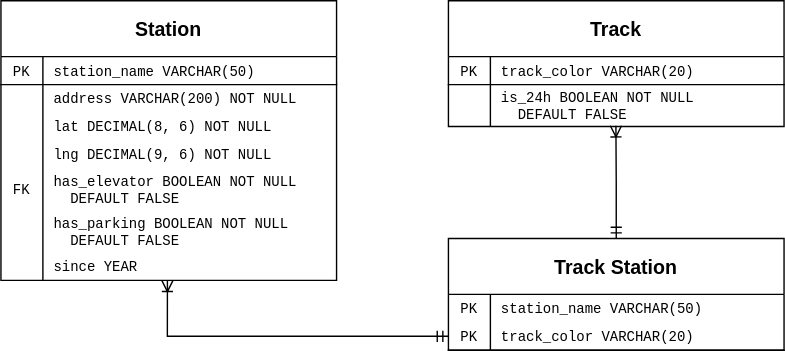
Earlier version of the draw.io export assignments/hw4/diagram1.svg (hanggrian/IIT-ITM515). Source tidied: cells renumbered, new cells last; positions are measured from the earlier drawing's top-left corner, leaving out a move shared by most shapes. The source it was exported from:
```xml
<mxGraphModel>
  <root>
    <mxCell id="0" />
    <mxCell id="1" parent="0" />
    <mxCell id="2" value="Station" style="shape=table;startSize=40;rowLines=0;fontStyle=1;align=center;fontSize=14;swimlaneFillColor=none;fontFamily=Helvetica;" parent="1" vertex="1">
      <mxGeometry width="240" height="200" as="geometry" />
    </mxCell>
    <mxCell id="3" style="shape=partialRectangle;fillColor=none;top=0;left=0;right=0;bottom=1;fontSize=10;fontFamily=Courier New;" parent="2" vertex="1">
      <mxGeometry y="40" width="240" height="20" as="geometry" />
    </mxCell>
    <mxCell id="4" value="PK" style="shape=partialRectangle;overflow=hidden;fillColor=none;top=0;left=0;bottom=0;right=0;fontStyle=0;fontSize=10;fontFamily=Courier New;" parent="3" vertex="1">
      <mxGeometry width="30" height="20" as="geometry" />
    </mxCell>
    <mxCell id="5" value="station_name VARCHAR(50)" style="shape=partialRectangle;overflow=hidden;fillColor=none;top=0;left=0;bottom=0;right=0;align=left;spacingLeft=6;fontStyle=0;fontSize=10;fontFamily=Courier New;" parent="3" vertex="1">
      <mxGeometry x="30" width="210" height="20" as="geometry" />
    </mxCell>
    <mxCell id="6" style="shape=partialRectangle;fillColor=none;top=0;left=0;right=0;bottom=0;fontSize=10;fontFamily=Courier New;" parent="2" vertex="1">
      <mxGeometry y="60" width="240" height="20" as="geometry" />
    </mxCell>
    <mxCell id="7" style="shape=partialRectangle;overflow=hidden;fillColor=none;top=0;left=0;bottom=0;right=0;fontSize=10;fontFamily=Courier New;" parent="6" vertex="1">
      <mxGeometry width="30" height="20" as="geometry" />
    </mxCell>
    <mxCell id="8" value="address VARCHAR(200) NOT NULL" style="shape=partialRectangle;overflow=hidden;fillColor=none;top=0;left=0;bottom=0;right=0;align=left;spacingLeft=6;fontSize=10;fontStyle=0;fontFamily=Courier New;" parent="6" vertex="1">
      <mxGeometry x="30" width="210" height="20" as="geometry" />
    </mxCell>
    <mxCell id="9" style="shape=tableRow;horizontal=0;startSize=0;swimlaneHead=0;swimlaneBody=0;fillColor=none;top=0;left=0;right=0;bottom=0;" parent="2" vertex="1">
      <mxGeometry y="80" width="240" height="20" as="geometry" />
    </mxCell>
    <mxCell id="10" style="shape=partialRectangle;fillColor=none;top=0;left=0;bottom=0;right=0;overflow=hidden;fontSize=10;fontFamily=Courier New;" parent="9" vertex="1">
      <mxGeometry width="30" height="20" as="geometry" />
    </mxCell>
    <mxCell id="11" value="lat DECIMAL(8, 6) NOT NULL" style="shape=partialRectangle;fillColor=none;top=0;left=0;bottom=0;right=0;align=left;spacingLeft=6;overflow=hidden;fontSize=10;fontFamily=Courier New;" parent="9" vertex="1">
      <mxGeometry x="30" width="210" height="20" as="geometry" />
    </mxCell>
    <mxCell id="12" style="shape=tableRow;horizontal=0;startSize=0;swimlaneHead=0;swimlaneBody=0;fillColor=none;top=0;left=0;right=0;bottom=0;" parent="2" vertex="1">
      <mxGeometry y="100" width="240" height="20" as="geometry" />
    </mxCell>
    <mxCell id="13" style="shape=partialRectangle;fillColor=none;top=0;left=0;bottom=0;right=0;overflow=hidden;fontSize=10;fontFamily=Courier New;" parent="12" vertex="1">
      <mxGeometry width="30" height="20" as="geometry" />
    </mxCell>
    <mxCell id="14" value="lng DECIMAL(9, 6) NOT NULL" style="shape=partialRectangle;fillColor=none;top=0;left=0;bottom=0;right=0;align=left;spacingLeft=6;overflow=hidden;fontSize=10;fontFamily=Courier New;" parent="12" vertex="1">
      <mxGeometry x="30" width="210" height="20" as="geometry" />
    </mxCell>
    <mxCell id="15" style="shape=tableRow;horizontal=0;startSize=0;swimlaneHead=0;swimlaneBody=0;fillColor=none;top=0;left=0;right=0;bottom=0;" parent="2" vertex="1">
      <mxGeometry y="120" width="240" height="30" as="geometry" />
    </mxCell>
    <mxCell id="16" value="FK" style="shape=partialRectangle;fillColor=none;top=0;left=0;bottom=0;right=0;overflow=hidden;fontSize=10;fontFamily=Courier New;" parent="15" vertex="1">
      <mxGeometry width="30" height="30" as="geometry" />
    </mxCell>
    <mxCell id="17" value="has_elevator BOOLEAN NOT NULL&#10;  DEFAULT FALSE" style="shape=partialRectangle;fillColor=none;top=0;left=0;bottom=0;right=0;align=left;spacingLeft=6;overflow=hidden;fontSize=10;fontFamily=Courier New;" parent="15" vertex="1">
      <mxGeometry x="30" width="210" height="30" as="geometry" />
    </mxCell>
    <mxCell id="18" style="shape=tableRow;horizontal=0;startSize=0;swimlaneHead=0;swimlaneBody=0;fillColor=none;top=0;left=0;right=0;bottom=0;" parent="2" vertex="1">
      <mxGeometry y="150" width="240" height="30" as="geometry" />
    </mxCell>
    <mxCell id="19" style="shape=partialRectangle;fillColor=none;top=0;left=0;bottom=0;right=0;overflow=hidden;fontSize=10;fontFamily=Courier New;" parent="18" vertex="1">
      <mxGeometry width="30" height="30" as="geometry" />
    </mxCell>
    <mxCell id="20" value="has_parking BOOLEAN NOT NULL&#10;  DEFAULT FALSE" style="shape=partialRectangle;fillColor=none;top=0;left=0;bottom=0;right=0;align=left;spacingLeft=6;overflow=hidden;fontSize=10;fontFamily=Courier New;" parent="18" vertex="1">
      <mxGeometry x="30" width="210" height="30" as="geometry" />
    </mxCell>
    <mxCell id="21" style="shape=tableRow;horizontal=0;startSize=0;swimlaneHead=0;swimlaneBody=0;fillColor=none;points=[[0,0.5],[1,0.5]];portConstraint=eastwest;top=0;left=0;right=0;bottom=0;" parent="2" vertex="1">
      <mxGeometry y="180" width="240" height="20" as="geometry" />
    </mxCell>
    <mxCell id="22" style="shape=partialRectangle;fillColor=none;top=0;left=0;bottom=0;right=0;overflow=hidden;" parent="21" vertex="1">
      <mxGeometry width="30" height="20" as="geometry" />
    </mxCell>
    <mxCell id="23" value="since YEAR" style="shape=partialRectangle;fillColor=none;top=0;left=0;bottom=0;right=0;align=left;spacingLeft=6;overflow=hidden;fontSize=10;fontFamily=Courier New;" parent="21" vertex="1">
      <mxGeometry x="30" width="210" height="20" as="geometry" />
    </mxCell>
    <mxCell id="24" value="Track" style="shape=table;startSize=40;rowLines=0;fontStyle=1;align=center;fontSize=14;swimlaneFillColor=none;fontFamily=Helvetica;" parent="1" vertex="1">
      <mxGeometry x="320" width="240" height="90" as="geometry" />
    </mxCell>
    <mxCell id="25" style="shape=partialRectangle;fillColor=none;top=0;left=0;right=0;bottom=1;fontSize=10;fontFamily=Courier New;" parent="24" vertex="1">
      <mxGeometry y="40" width="240" height="20" as="geometry" />
    </mxCell>
    <mxCell id="26" value="PK" style="shape=partialRectangle;overflow=hidden;fillColor=none;top=0;left=0;bottom=0;right=0;fontStyle=0;fontSize=10;fontFamily=Courier New;" parent="25" vertex="1">
      <mxGeometry width="30" height="20" as="geometry" />
    </mxCell>
    <mxCell id="27" value="track_color VARCHAR(20)" style="shape=partialRectangle;overflow=hidden;fillColor=none;top=0;left=0;bottom=0;right=0;align=left;spacingLeft=6;fontStyle=0;fontSize=10;fontFamily=Courier New;" parent="25" vertex="1">
      <mxGeometry x="30" width="210" height="20" as="geometry" />
    </mxCell>
    <mxCell id="28" style="shape=partialRectangle;fillColor=none;points=[[0,0.5],[1,0.5]];portConstraint=eastwest;top=0;left=0;right=0;bottom=0;fontSize=10;fontFamily=Courier New;" parent="24" vertex="1">
      <mxGeometry y="60" width="240" height="30" as="geometry" />
    </mxCell>
    <mxCell id="29" style="shape=partialRectangle;overflow=hidden;fillColor=none;top=0;left=0;bottom=0;right=0;fontSize=10;fontFamily=Courier New;" parent="28" vertex="1">
      <mxGeometry width="30" height="30" as="geometry" />
    </mxCell>
    <mxCell id="30" value="is_24h BOOLEAN NOT NULL&#10;  DEFAULT FALSE" style="shape=partialRectangle;overflow=hidden;fillColor=none;top=0;left=0;bottom=0;right=0;align=left;spacingLeft=6;fontSize=10;fontStyle=0;fontFamily=Courier New;" parent="28" vertex="1">
      <mxGeometry x="30" width="210" height="30" as="geometry" />
    </mxCell>
    <mxCell id="31" value="Track Station" style="shape=table;startSize=40;rowLines=0;fontStyle=1;align=center;fontSize=14;swimlaneFillColor=none;fontFamily=Helvetica;" parent="1" vertex="1">
      <mxGeometry x="320" y="170" width="240" height="80" as="geometry" />
    </mxCell>
    <mxCell id="32" style="shape=tableRow;horizontal=0;startSize=0;swimlaneHead=0;swimlaneBody=0;fillColor=none;top=0;left=0;right=0;bottom=0;" parent="31" vertex="1">
      <mxGeometry y="40" width="240" height="20" as="geometry" />
    </mxCell>
    <mxCell id="33" value="PK" style="shape=partialRectangle;fillColor=none;top=0;left=0;bottom=0;right=0;overflow=hidden;fontSize=10;fontFamily=Courier New;" parent="32" vertex="1">
      <mxGeometry width="30" height="20" as="geometry" />
    </mxCell>
    <mxCell id="34" value="station_name VARCHAR(50)" style="shape=partialRectangle;fillColor=none;top=0;left=0;bottom=0;right=0;align=left;spacingLeft=6;overflow=hidden;fontSize=10;fontFamily=Courier New;" parent="32" vertex="1">
      <mxGeometry x="30" width="210" height="20" as="geometry" />
    </mxCell>
    <mxCell id="35" style="shape=partialRectangle;fillColor=none;points=[[0,0.5],[1,0.5]];portConstraint=eastwest;top=0;left=0;right=0;bottom=1;fontSize=10;fontFamily=Courier New;" parent="31" vertex="1">
      <mxGeometry y="60" width="240" height="20" as="geometry" />
    </mxCell>
    <mxCell id="36" value="PK" style="shape=partialRectangle;overflow=hidden;fillColor=none;top=0;left=0;bottom=0;right=0;fontStyle=0;fontSize=10;fontFamily=Courier New;" parent="35" vertex="1">
      <mxGeometry width="30" height="20" as="geometry" />
    </mxCell>
    <mxCell id="37" value="track_color VARCHAR(20)" style="shape=partialRectangle;overflow=hidden;fillColor=none;top=0;left=0;bottom=0;right=0;align=left;spacingLeft=6;fontStyle=0;fontSize=10;fontFamily=Courier New;" parent="35" vertex="1">
      <mxGeometry x="30" width="210" height="20" as="geometry" />
    </mxCell>
    <mxCell id="38" style="edgeStyle=orthogonalEdgeStyle;fontSize=12;html=1;endArrow=ERoneToMany;startArrow=ERmandOne;rounded=0;exitX=0.5;exitY=0;exitDx=0;exitDy=0;entryX=0.499;entryY=0.98;entryDx=0;entryDy=0;entryPerimeter=0;" parent="1" edge="1" source="31" target="28">
      <mxGeometry relative="1" as="geometry" />
    </mxCell>
    <mxCell id="39" style="edgeStyle=orthogonalEdgeStyle;fontSize=12;html=1;endArrow=ERoneToMany;startArrow=ERmandOne;rounded=0;exitX=0;exitY=0.5;exitDx=0;exitDy=0;entryX=0.496;entryY=1;entryDx=0;entryDy=0;entryPerimeter=0;" parent="1" edge="1" source="35" target="21">
      <mxGeometry relative="1" as="geometry" />
    </mxCell>
  </root>
</mxGraphModel>
```
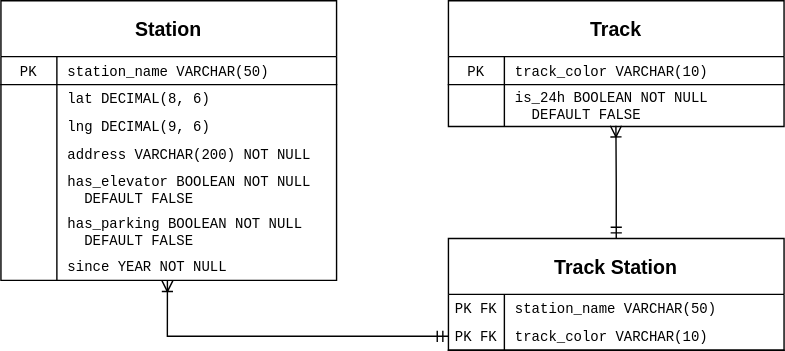
Later version of the same file.

Diff of the diagram source:
```diff
@@ -9,64 +9,64 @@
       <mxGeometry y="40" width="240" height="20" as="geometry" />
     </mxCell>
     <mxCell id="4" value="PK" style="shape=partialRectangle;overflow=hidden;fillColor=none;top=0;left=0;bottom=0;right=0;fontStyle=0;fontSize=10;fontFamily=Courier New;" parent="3" vertex="1">
-      <mxGeometry width="30" height="20" as="geometry" />
+      <mxGeometry width="40" height="20" as="geometry" />
     </mxCell>
     <mxCell id="5" value="station_name VARCHAR(50)" style="shape=partialRectangle;overflow=hidden;fillColor=none;top=0;left=0;bottom=0;right=0;align=left;spacingLeft=6;fontStyle=0;fontSize=10;fontFamily=Courier New;" parent="3" vertex="1">
-      <mxGeometry x="30" width="210" height="20" as="geometry" />
+      <mxGeometry x="40" width="200" height="20" as="geometry" />
     </mxCell>
     <mxCell id="6" style="shape=partialRectangle;fillColor=none;top=0;left=0;right=0;bottom=0;fontSize=10;fontFamily=Courier New;" parent="2" vertex="1">
       <mxGeometry y="60" width="240" height="20" as="geometry" />
     </mxCell>
     <mxCell id="7" style="shape=partialRectangle;overflow=hidden;fillColor=none;top=0;left=0;bottom=0;right=0;fontSize=10;fontFamily=Courier New;" parent="6" vertex="1">
-      <mxGeometry width="30" height="20" as="geometry" />
+      <mxGeometry width="40" height="20" as="geometry" />
     </mxCell>
-    <mxCell id="8" value="address VARCHAR(200) NOT NULL" style="shape=partialRectangle;overflow=hidden;fillColor=none;top=0;left=0;bottom=0;right=0;align=left;spacingLeft=6;fontSize=10;fontStyle=0;fontFamily=Courier New;" parent="6" vertex="1">
-      <mxGeometry x="30" width="210" height="20" as="geometry" />
+    <mxCell id="8" value="lat DECIMAL(8, 6)" style="shape=partialRectangle;overflow=hidden;fillColor=none;top=0;left=0;bottom=0;right=0;align=left;spacingLeft=6;fontSize=10;fontStyle=0;fontFamily=Courier New;" parent="6" vertex="1">
+      <mxGeometry x="40" width="200" height="20" as="geometry" />
     </mxCell>
     <mxCell id="9" style="shape=tableRow;horizontal=0;startSize=0;swimlaneHead=0;swimlaneBody=0;fillColor=none;top=0;left=0;right=0;bottom=0;" parent="2" vertex="1">
       <mxGeometry y="80" width="240" height="20" as="geometry" />
     </mxCell>
     <mxCell id="10" style="shape=partialRectangle;fillColor=none;top=0;left=0;bottom=0;right=0;overflow=hidden;fontSize=10;fontFamily=Courier New;" parent="9" vertex="1">
-      <mxGeometry width="30" height="20" as="geometry" />
+      <mxGeometry width="40" height="20" as="geometry" />
     </mxCell>
-    <mxCell id="11" value="lat DECIMAL(8, 6) NOT NULL" style="shape=partialRectangle;fillColor=none;top=0;left=0;bottom=0;right=0;align=left;spacingLeft=6;overflow=hidden;fontSize=10;fontFamily=Courier New;" parent="9" vertex="1">
-      <mxGeometry x="30" width="210" height="20" as="geometry" />
+    <mxCell id="11" value="lng DECIMAL(9, 6)" style="shape=partialRectangle;fillColor=none;top=0;left=0;bottom=0;right=0;align=left;spacingLeft=6;overflow=hidden;fontSize=10;fontFamily=Courier New;" parent="9" vertex="1">
+      <mxGeometry x="40" width="200" height="20" as="geometry" />
     </mxCell>
     <mxCell id="12" style="shape=tableRow;horizontal=0;startSize=0;swimlaneHead=0;swimlaneBody=0;fillColor=none;top=0;left=0;right=0;bottom=0;" parent="2" vertex="1">
       <mxGeometry y="100" width="240" height="20" as="geometry" />
     </mxCell>
     <mxCell id="13" style="shape=partialRectangle;fillColor=none;top=0;left=0;bottom=0;right=0;overflow=hidden;fontSize=10;fontFamily=Courier New;" parent="12" vertex="1">
-      <mxGeometry width="30" height="20" as="geometry" />
+      <mxGeometry width="40" height="20" as="geometry" />
     </mxCell>
-    <mxCell id="14" value="lng DECIMAL(9, 6) NOT NULL" style="shape=partialRectangle;fillColor=none;top=0;left=0;bottom=0;right=0;align=left;spacingLeft=6;overflow=hidden;fontSize=10;fontFamily=Courier New;" parent="12" vertex="1">
-      <mxGeometry x="30" width="210" height="20" as="geometry" />
+    <mxCell id="14" value="address VARCHAR(200) NOT NULL" style="shape=partialRectangle;fillColor=none;top=0;left=0;bottom=0;right=0;align=left;spacingLeft=6;overflow=hidden;fontSize=10;fontFamily=Courier New;" parent="12" vertex="1">
+      <mxGeometry x="40" width="200" height="20" as="geometry" />
     </mxCell>
     <mxCell id="15" style="shape=tableRow;horizontal=0;startSize=0;swimlaneHead=0;swimlaneBody=0;fillColor=none;top=0;left=0;right=0;bottom=0;" parent="2" vertex="1">
       <mxGeometry y="120" width="240" height="30" as="geometry" />
     </mxCell>
-    <mxCell id="16" value="FK" style="shape=partialRectangle;fillColor=none;top=0;left=0;bottom=0;right=0;overflow=hidden;fontSize=10;fontFamily=Courier New;" parent="15" vertex="1">
-      <mxGeometry width="30" height="30" as="geometry" />
+    <mxCell id="16" style="shape=partialRectangle;fillColor=none;top=0;left=0;bottom=0;right=0;overflow=hidden;fontSize=10;fontFamily=Courier New;" parent="15" vertex="1">
+      <mxGeometry width="40" height="30" as="geometry" />
     </mxCell>
     <mxCell id="17" value="has_elevator BOOLEAN NOT NULL&#10;  DEFAULT FALSE" style="shape=partialRectangle;fillColor=none;top=0;left=0;bottom=0;right=0;align=left;spacingLeft=6;overflow=hidden;fontSize=10;fontFamily=Courier New;" parent="15" vertex="1">
-      <mxGeometry x="30" width="210" height="30" as="geometry" />
+      <mxGeometry x="40" width="200" height="30" as="geometry" />
     </mxCell>
     <mxCell id="18" style="shape=tableRow;horizontal=0;startSize=0;swimlaneHead=0;swimlaneBody=0;fillColor=none;top=0;left=0;right=0;bottom=0;" parent="2" vertex="1">
       <mxGeometry y="150" width="240" height="30" as="geometry" />
     </mxCell>
     <mxCell id="19" style="shape=partialRectangle;fillColor=none;top=0;left=0;bottom=0;right=0;overflow=hidden;fontSize=10;fontFamily=Courier New;" parent="18" vertex="1">
-      <mxGeometry width="30" height="30" as="geometry" />
+      <mxGeometry width="40" height="30" as="geometry" />
     </mxCell>
     <mxCell id="20" value="has_parking BOOLEAN NOT NULL&#10;  DEFAULT FALSE" style="shape=partialRectangle;fillColor=none;top=0;left=0;bottom=0;right=0;align=left;spacingLeft=6;overflow=hidden;fontSize=10;fontFamily=Courier New;" parent="18" vertex="1">
-      <mxGeometry x="30" width="210" height="30" as="geometry" />
+      <mxGeometry x="40" width="200" height="30" as="geometry" />
     </mxCell>
     <mxCell id="21" style="shape=tableRow;horizontal=0;startSize=0;swimlaneHead=0;swimlaneBody=0;fillColor=none;points=[[0,0.5],[1,0.5]];portConstraint=eastwest;top=0;left=0;right=0;bottom=0;" parent="2" vertex="1">
       <mxGeometry y="180" width="240" height="20" as="geometry" />
     </mxCell>
     <mxCell id="22" style="shape=partialRectangle;fillColor=none;top=0;left=0;bottom=0;right=0;overflow=hidden;" parent="21" vertex="1">
-      <mxGeometry width="30" height="20" as="geometry" />
+      <mxGeometry width="40" height="20" as="geometry" />
     </mxCell>
-    <mxCell id="23" value="since YEAR" style="shape=partialRectangle;fillColor=none;top=0;left=0;bottom=0;right=0;align=left;spacingLeft=6;overflow=hidden;fontSize=10;fontFamily=Courier New;" parent="21" vertex="1">
-      <mxGeometry x="30" width="210" height="20" as="geometry" />
+    <mxCell id="23" value="since YEAR NOT NULL" style="shape=partialRectangle;fillColor=none;top=0;left=0;bottom=0;right=0;align=left;spacingLeft=6;overflow=hidden;fontSize=10;fontFamily=Courier New;" parent="21" vertex="1">
+      <mxGeometry x="40" width="200" height="20" as="geometry" />
     </mxCell>
     <mxCell id="24" value="Track" style="shape=table;startSize=40;rowLines=0;fontStyle=1;align=center;fontSize=14;swimlaneFillColor=none;fontFamily=Helvetica;" parent="1" vertex="1">
       <mxGeometry x="320" width="240" height="90" as="geometry" />
@@ -75,19 +75,19 @@
       <mxGeometry y="40" width="240" height="20" as="geometry" />
     </mxCell>
     <mxCell id="26" value="PK" style="shape=partialRectangle;overflow=hidden;fillColor=none;top=0;left=0;bottom=0;right=0;fontStyle=0;fontSize=10;fontFamily=Courier New;" parent="25" vertex="1">
-      <mxGeometry width="30" height="20" as="geometry" />
+      <mxGeometry width="40" height="20" as="geometry" />
     </mxCell>
-    <mxCell id="27" value="track_color VARCHAR(20)" style="shape=partialRectangle;overflow=hidden;fillColor=none;top=0;left=0;bottom=0;right=0;align=left;spacingLeft=6;fontStyle=0;fontSize=10;fontFamily=Courier New;" parent="25" vertex="1">
-      <mxGeometry x="30" width="210" height="20" as="geometry" />
+    <mxCell id="27" value="track_color VARCHAR(10)" style="shape=partialRectangle;overflow=hidden;fillColor=none;top=0;left=0;bottom=0;right=0;align=left;spacingLeft=6;fontStyle=0;fontSize=10;fontFamily=Courier New;" parent="25" vertex="1">
+      <mxGeometry x="40" width="200" height="20" as="geometry" />
     </mxCell>
     <mxCell id="28" style="shape=partialRectangle;fillColor=none;points=[[0,0.5],[1,0.5]];portConstraint=eastwest;top=0;left=0;right=0;bottom=0;fontSize=10;fontFamily=Courier New;" parent="24" vertex="1">
       <mxGeometry y="60" width="240" height="30" as="geometry" />
     </mxCell>
     <mxCell id="29" style="shape=partialRectangle;overflow=hidden;fillColor=none;top=0;left=0;bottom=0;right=0;fontSize=10;fontFamily=Courier New;" parent="28" vertex="1">
-      <mxGeometry width="30" height="30" as="geometry" />
+      <mxGeometry width="40" height="30" as="geometry" />
     </mxCell>
     <mxCell id="30" value="is_24h BOOLEAN NOT NULL&#10;  DEFAULT FALSE" style="shape=partialRectangle;overflow=hidden;fillColor=none;top=0;left=0;bottom=0;right=0;align=left;spacingLeft=6;fontSize=10;fontStyle=0;fontFamily=Courier New;" parent="28" vertex="1">
-      <mxGeometry x="30" width="210" height="30" as="geometry" />
+      <mxGeometry x="40" width="200" height="30" as="geometry" />
     </mxCell>
     <mxCell id="31" value="Track Station" style="shape=table;startSize=40;rowLines=0;fontStyle=1;align=center;fontSize=14;swimlaneFillColor=none;fontFamily=Helvetica;" parent="1" vertex="1">
       <mxGeometry x="320" y="170" width="240" height="80" as="geometry" />
@@ -95,20 +95,20 @@
     <mxCell id="32" style="shape=tableRow;horizontal=0;startSize=0;swimlaneHead=0;swimlaneBody=0;fillColor=none;top=0;left=0;right=0;bottom=0;" parent="31" vertex="1">
       <mxGeometry y="40" width="240" height="20" as="geometry" />
     </mxCell>
-    <mxCell id="33" value="PK" style="shape=partialRectangle;fillColor=none;top=0;left=0;bottom=0;right=0;overflow=hidden;fontSize=10;fontFamily=Courier New;" parent="32" vertex="1">
-      <mxGeometry width="30" height="20" as="geometry" />
+    <mxCell id="33" value="PK FK" style="shape=partialRectangle;fillColor=none;top=0;left=0;bottom=0;right=0;overflow=hidden;fontSize=10;fontFamily=Courier New;" parent="32" vertex="1">
+      <mxGeometry width="40" height="20" as="geometry" />
     </mxCell>
     <mxCell id="34" value="station_name VARCHAR(50)" style="shape=partialRectangle;fillColor=none;top=0;left=0;bottom=0;right=0;align=left;spacingLeft=6;overflow=hidden;fontSize=10;fontFamily=Courier New;" parent="32" vertex="1">
-      <mxGeometry x="30" width="210" height="20" as="geometry" />
+      <mxGeometry x="40" width="200" height="20" as="geometry" />
     </mxCell>
     <mxCell id="35" style="shape=partialRectangle;fillColor=none;points=[[0,0.5],[1,0.5]];portConstraint=eastwest;top=0;left=0;right=0;bottom=1;fontSize=10;fontFamily=Courier New;" parent="31" vertex="1">
       <mxGeometry y="60" width="240" height="20" as="geometry" />
     </mxCell>
-    <mxCell id="36" value="PK" style="shape=partialRectangle;overflow=hidden;fillColor=none;top=0;left=0;bottom=0;right=0;fontStyle=0;fontSize=10;fontFamily=Courier New;" parent="35" vertex="1">
-      <mxGeometry width="30" height="20" as="geometry" />
+    <mxCell id="36" value="PK FK" style="shape=partialRectangle;overflow=hidden;fillColor=none;top=0;left=0;bottom=0;right=0;fontStyle=0;fontSize=10;fontFamily=Courier New;" parent="35" vertex="1">
+      <mxGeometry width="40" height="20" as="geometry" />
     </mxCell>
-    <mxCell id="37" value="track_color VARCHAR(20)" style="shape=partialRectangle;overflow=hidden;fillColor=none;top=0;left=0;bottom=0;right=0;align=left;spacingLeft=6;fontStyle=0;fontSize=10;fontFamily=Courier New;" parent="35" vertex="1">
-      <mxGeometry x="30" width="210" height="20" as="geometry" />
+    <mxCell id="37" value="track_color VARCHAR(10)" style="shape=partialRectangle;overflow=hidden;fillColor=none;top=0;left=0;bottom=0;right=0;align=left;spacingLeft=6;fontStyle=0;fontSize=10;fontFamily=Courier New;" parent="35" vertex="1">
+      <mxGeometry x="40" width="200" height="20" as="geometry" />
     </mxCell>
     <mxCell id="38" style="edgeStyle=orthogonalEdgeStyle;fontSize=12;html=1;endArrow=ERoneToMany;startArrow=ERmandOne;rounded=0;exitX=0.5;exitY=0;exitDx=0;exitDy=0;entryX=0.499;entryY=0.98;entryDx=0;entryDy=0;entryPerimeter=0;" parent="1" edge="1" source="31" target="28">
       <mxGeometry relative="1" as="geometry" />
```
